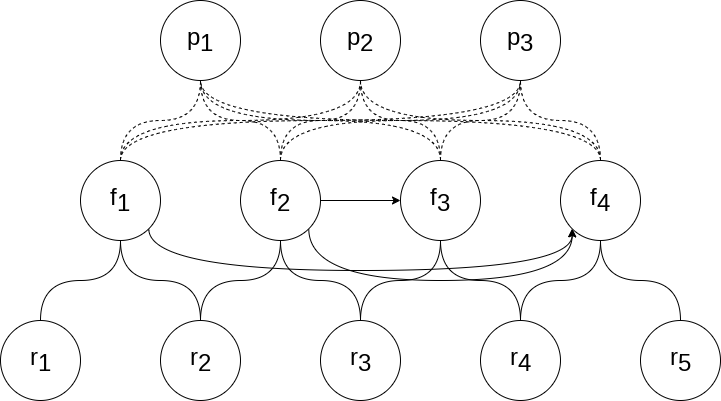
Above: publication_2/images/graph.png in Dambr/yewking (draw.io), before the change. Source tidied: cells renumbered, new cells last; positions are measured from the earlier drawing's top-left corner, leaving out a move shared by most shapes.
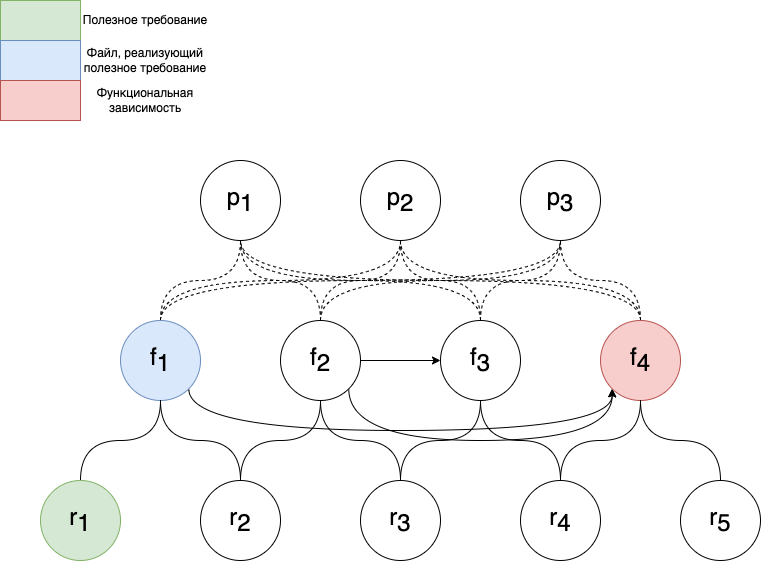
Later version of the same file.

Commit message:
Исправление картинки graph

Diff of the diagram source:
```diff
@@ -51,7 +51,7 @@
         </Array>
       </mxGeometry>
     </mxCell>
-    <mxCell id="15" value="f&lt;span style=&quot;font-size: 24px;&quot;&gt;&lt;sub style=&quot;font-size: 24px;&quot;&gt;1&lt;/sub&gt;&lt;/span&gt;" style="ellipse;whiteSpace=wrap;html=1;fontSize=24;" parent="1" vertex="1">
+    <mxCell id="15" value="f&lt;span style=&quot;font-size: 24px;&quot;&gt;&lt;sub style=&quot;font-size: 24px;&quot;&gt;1&lt;/sub&gt;&lt;/span&gt;" style="ellipse;whiteSpace=wrap;html=1;fontSize=24;fillColor=#dae8fc;strokeColor=#6c8ebf;" parent="1" vertex="1">
       <mxGeometry x="80" y="160" width="80" height="80" as="geometry" />
     </mxCell>
     <mxCell id="16" style="edgeStyle=orthogonalEdgeStyle;curved=1;rounded=0;jettySize=auto;html=1;exitX=0.5;exitY=0;exitDx=0;exitDy=0;entryX=0.5;entryY=1;entryDx=0;entryDy=0;elbow=vertical;endArrow=none;endFill=0;dashed=1;fontSize=24;" parent="1" edge="1" source="19" target="2">
@@ -75,13 +75,13 @@
     <mxCell id="22" style="edgeStyle=orthogonalEdgeStyle;curved=1;rounded=0;jettySize=auto;html=1;exitX=0.5;exitY=0;exitDx=0;exitDy=0;entryX=0.5;entryY=1;entryDx=0;entryDy=0;elbow=vertical;endArrow=none;endFill=0;dashed=1;fontSize=24;" parent="1" edge="1" source="23" target="4">
       <mxGeometry relative="1" as="geometry" />
     </mxCell>
-    <mxCell id="23" value="f&lt;span style=&quot;font-size: 24px;&quot;&gt;&lt;sub style=&quot;font-size: 24px;&quot;&gt;4&lt;/sub&gt;&lt;/span&gt;" style="ellipse;whiteSpace=wrap;html=1;fontSize=24;" parent="1" vertex="1">
+    <mxCell id="23" value="f&lt;span style=&quot;font-size: 24px;&quot;&gt;&lt;sub style=&quot;font-size: 24px;&quot;&gt;4&lt;/sub&gt;&lt;/span&gt;" style="ellipse;whiteSpace=wrap;html=1;fontSize=24;fillColor=#f8cecc;strokeColor=#b85450;" parent="1" vertex="1">
       <mxGeometry x="560" y="160" width="80" height="80" as="geometry" />
     </mxCell>
     <mxCell id="24" style="edgeStyle=orthogonalEdgeStyle;curved=1;rounded=0;jettySize=auto;html=1;exitX=0.5;exitY=0;exitDx=0;exitDy=0;entryX=0.5;entryY=1;entryDx=0;entryDy=0;endArrow=none;endFill=0;fontSize=24;" parent="1" edge="1" source="25" target="15">
       <mxGeometry relative="1" as="geometry" />
     </mxCell>
-    <mxCell id="25" value="r&lt;span style=&quot;font-size: 24px;&quot;&gt;&lt;sub style=&quot;font-size: 24px;&quot;&gt;1&lt;/sub&gt;&lt;/span&gt;" style="ellipse;whiteSpace=wrap;html=1;fontSize=24;" parent="1" vertex="1">
+    <mxCell id="25" value="r&lt;span style=&quot;font-size: 24px;&quot;&gt;&lt;sub style=&quot;font-size: 24px;&quot;&gt;1&lt;/sub&gt;&lt;/span&gt;" style="ellipse;whiteSpace=wrap;html=1;fontSize=24;fillColor=#d5e8d4;strokeColor=#82b366;" parent="1" vertex="1">
       <mxGeometry y="320" width="80" height="80" as="geometry" />
     </mxCell>
     <mxCell id="26" style="edgeStyle=orthogonalEdgeStyle;curved=1;rounded=0;jettySize=auto;html=1;exitX=0.5;exitY=0;exitDx=0;exitDy=0;entryX=0.5;entryY=1;entryDx=0;entryDy=0;endArrow=none;endFill=0;fontSize=24;" parent="1" edge="1" source="28" target="15">
@@ -117,5 +117,23 @@
     <mxCell id="36" value="r&lt;span style=&quot;font-size: 24px;&quot;&gt;&lt;sub style=&quot;font-size: 24px;&quot;&gt;5&lt;/sub&gt;&lt;/span&gt;" style="ellipse;whiteSpace=wrap;html=1;fontSize=24;" parent="1" vertex="1">
       <mxGeometry x="640" y="320" width="80" height="80" as="geometry" />
     </mxCell>
+    <mxCell id="37" style="rounded=0;whiteSpace=wrap;html=1;fillColor=#d5e8d4;strokeColor=#82b366;" parent="1" vertex="1">
+      <mxGeometry x="-40" y="-160" width="80" height="40" as="geometry" />
+    </mxCell>
+    <mxCell id="38" style="rounded=0;whiteSpace=wrap;html=1;fillColor=#dae8fc;strokeColor=#6c8ebf;" parent="1" vertex="1">
+      <mxGeometry x="-40" y="-120" width="80" height="40" as="geometry" />
+    </mxCell>
+    <mxCell id="39" style="rounded=0;whiteSpace=wrap;html=1;fillColor=#f8cecc;strokeColor=#b85450;" parent="1" vertex="1">
+      <mxGeometry x="-40" y="-80" width="80" height="40" as="geometry" />
+    </mxCell>
+    <mxCell id="40" value="Полезное требование" style="text;html=1;align=center;verticalAlign=middle;whiteSpace=wrap;rounded=0;" parent="1" vertex="1">
+      <mxGeometry x="40" y="-155" width="130" height="30" as="geometry" />
+    </mxCell>
+    <mxCell id="41" value="Файл, реализующий полезное требование" style="text;html=1;align=center;verticalAlign=middle;whiteSpace=wrap;rounded=0;" parent="1" vertex="1">
+      <mxGeometry x="40" y="-115" width="130" height="30" as="geometry" />
+    </mxCell>
+    <mxCell id="42" value="Функциональная зависимость" style="text;html=1;align=center;verticalAlign=middle;whiteSpace=wrap;rounded=0;" parent="1" vertex="1">
+      <mxGeometry x="40" y="-75" width="130" height="30" as="geometry" />
+    </mxCell>
   </root>
 </mxGraphModel>
```
